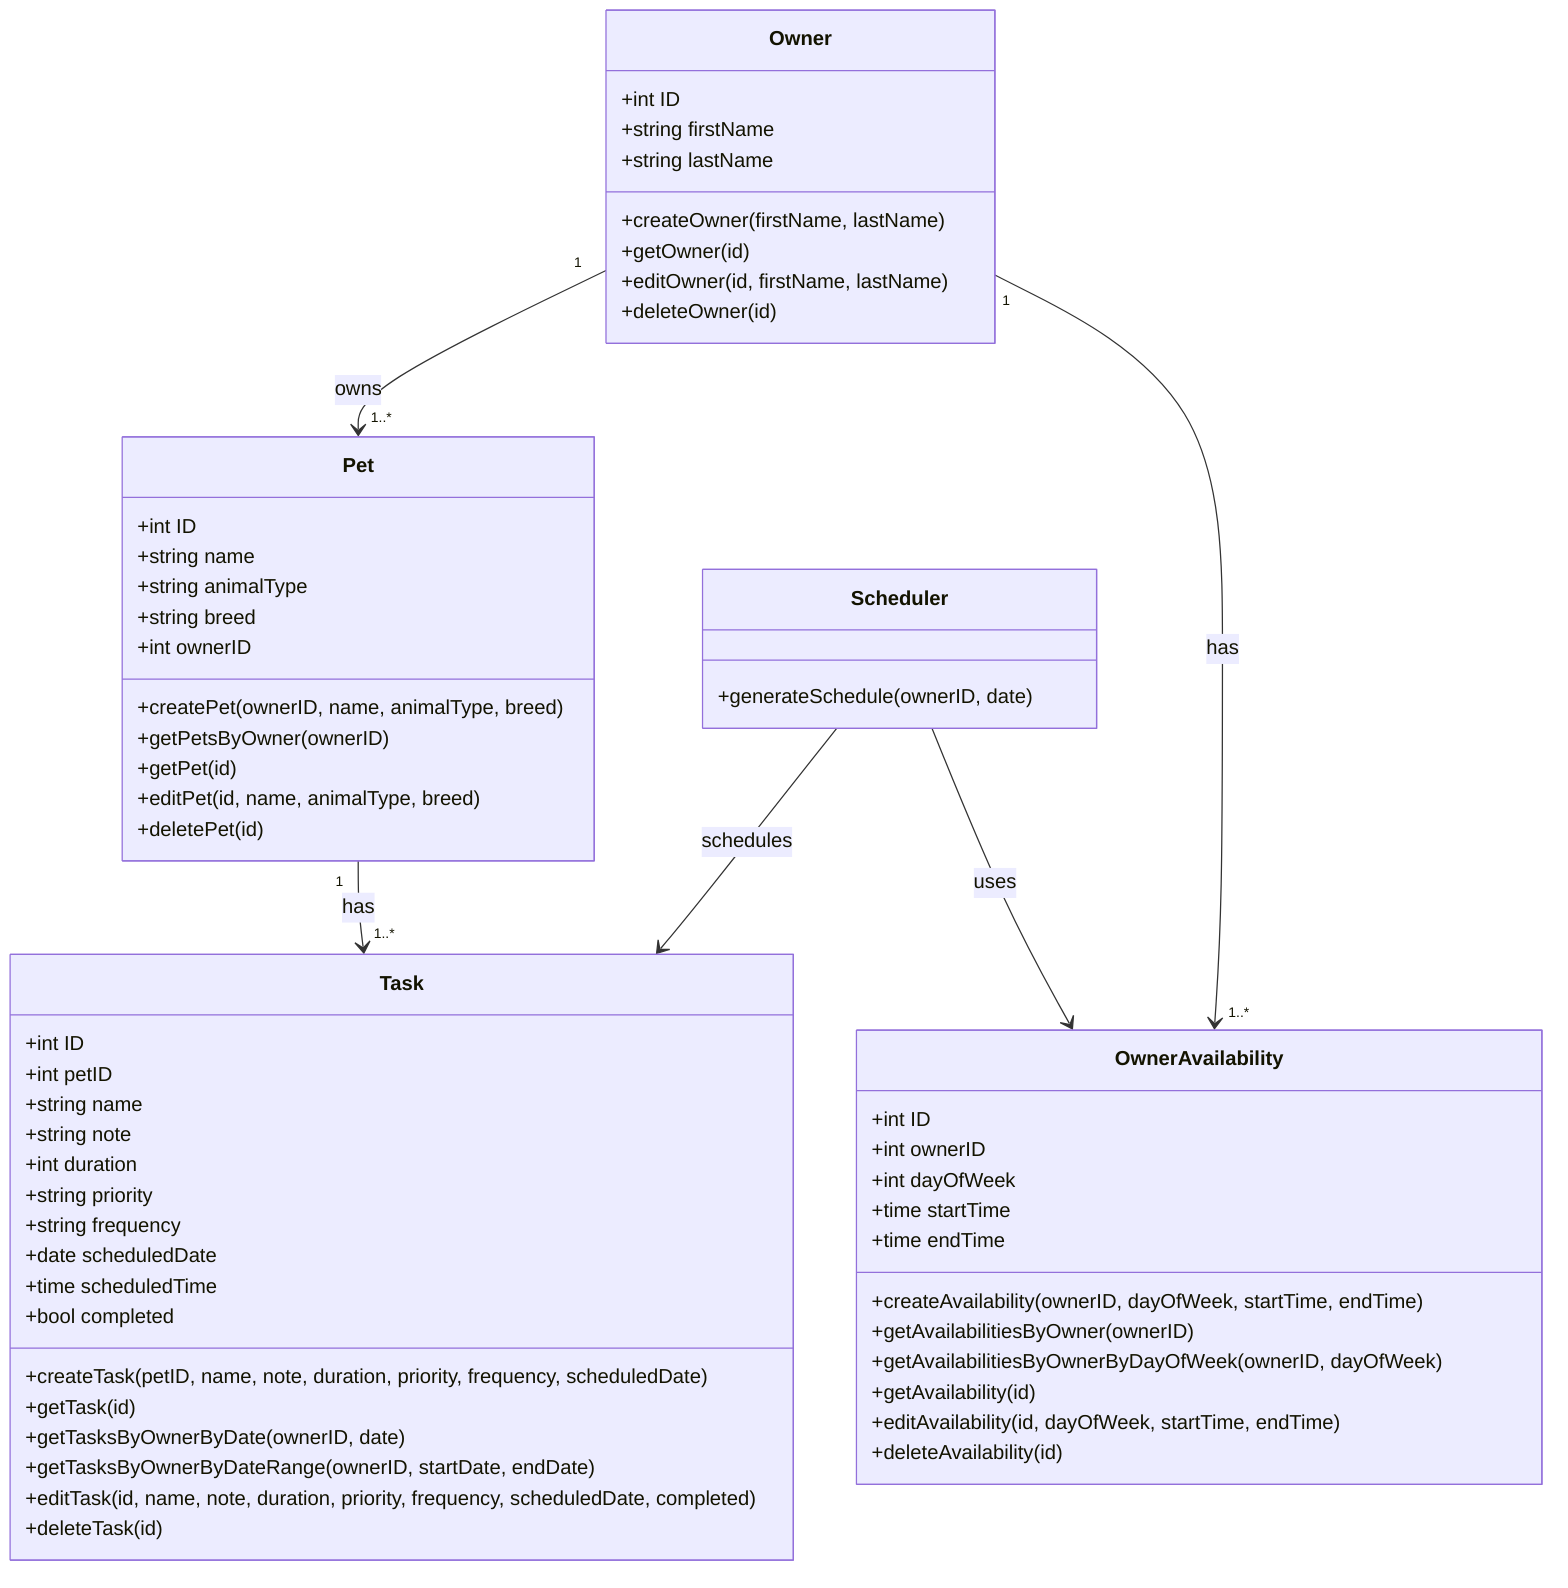
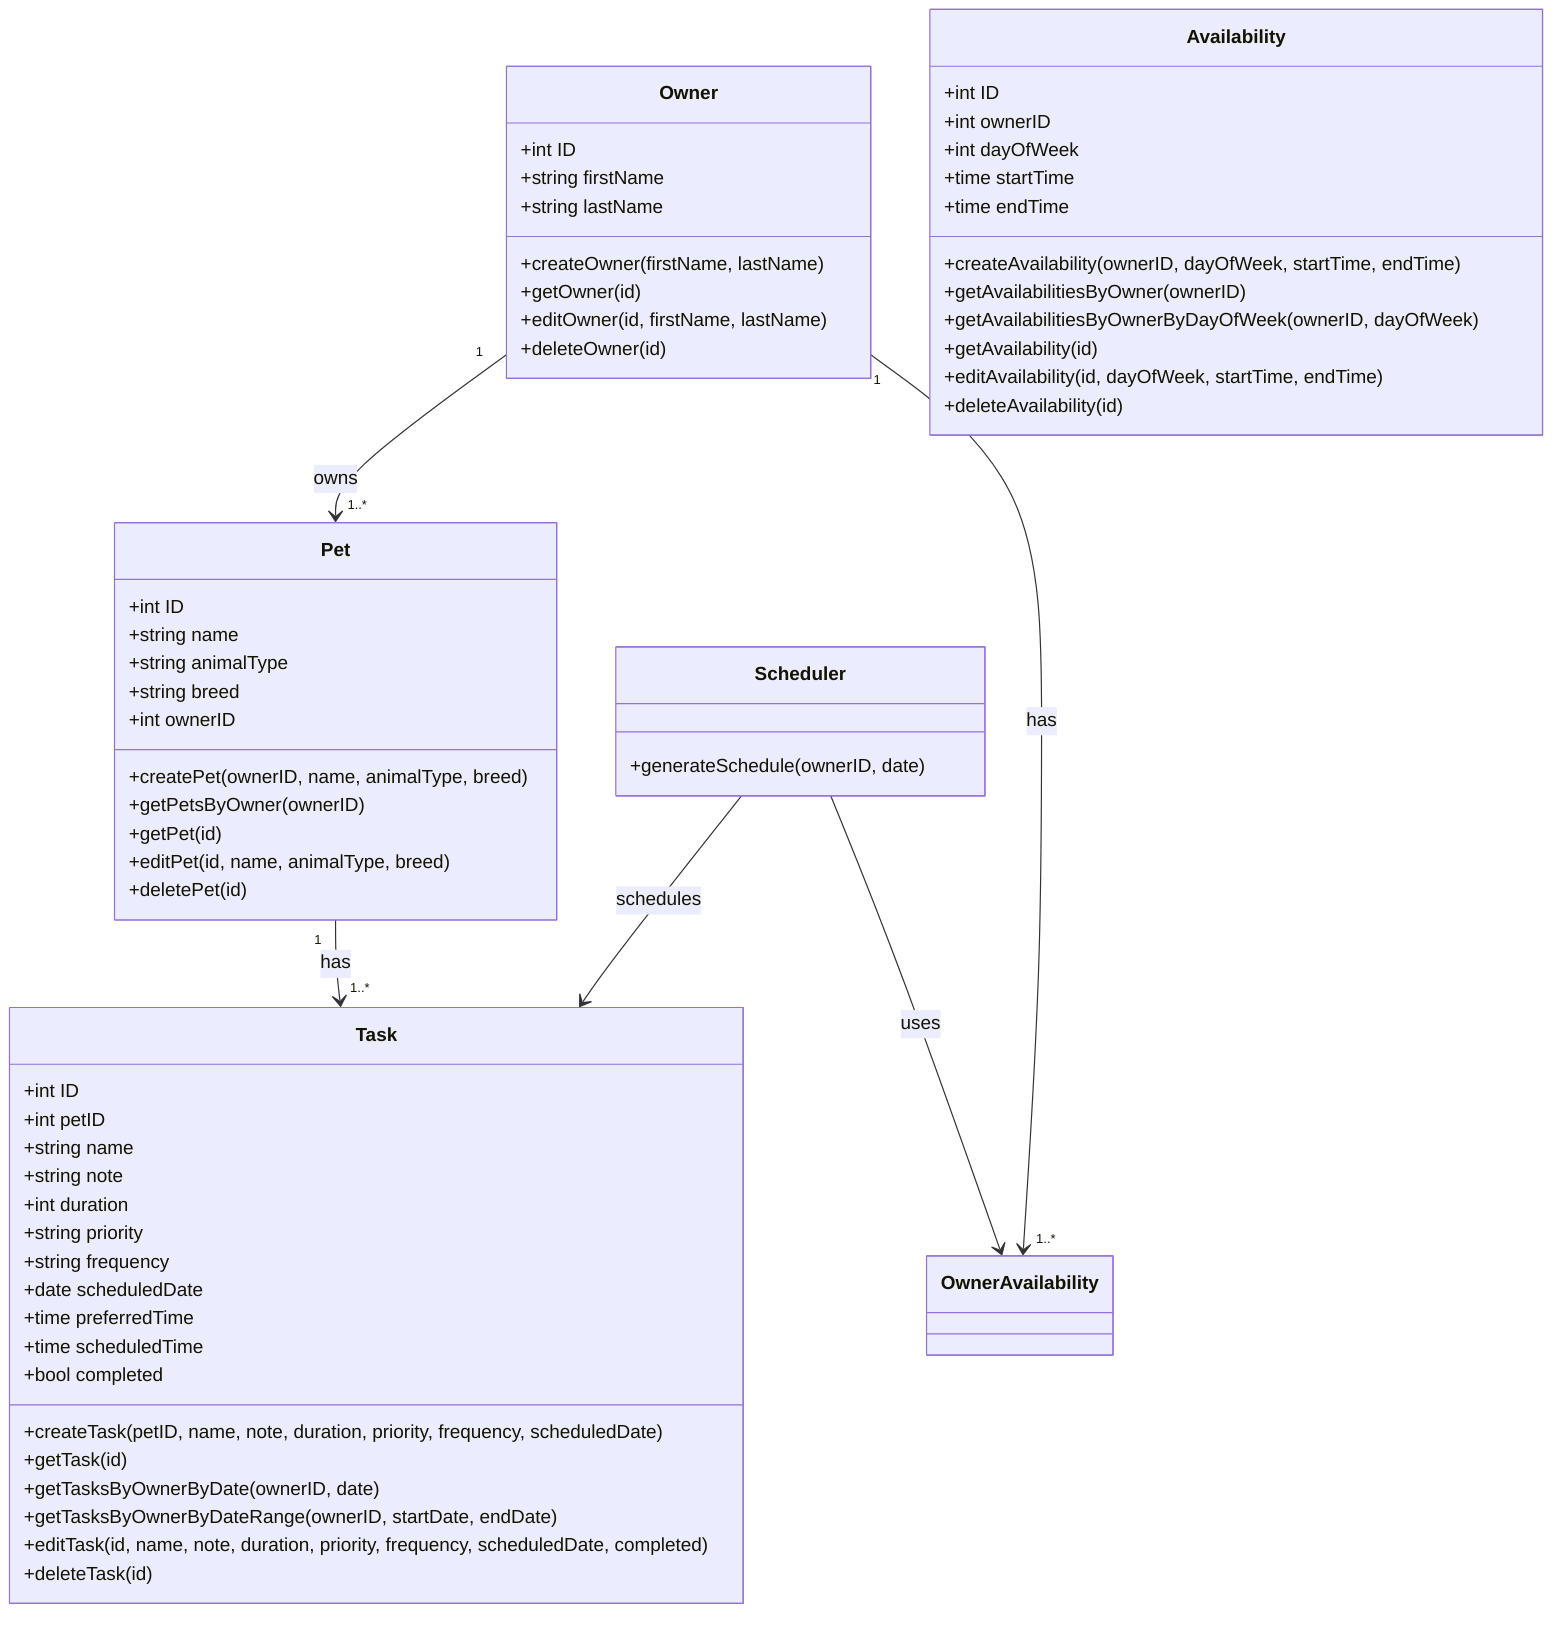
classDiagram
    class Owner {
        +int ID
        +string firstName
        +string lastName
        +createOwner(firstName, lastName)
        +getOwner(id)
        +editOwner(id, firstName, lastName)
		+deleteOwner(id)
    }

    class Pet {
        +int ID
        +string name
        +string animalType
        +string breed
        +int ownerID
        +createPet(ownerID, name, animalType, breed)
        +getPetsByOwner(ownerID)
        +getPet(id)
        +editPet(id, name, animalType, breed)
		+deletePet(id)
    }

    class Task {
        +int ID
        +int petID
        +string name
        +string note
        +int duration
        +string priority
        +string frequency
        +date scheduledDate
+ 		+time preferredTime
        +time scheduledTime
        +bool completed
        +createTask(petID, name, note, duration, priority, frequency, scheduledDate)
        +getTask(id)
        +getTasksByOwnerByDate(ownerID, date)
        +getTasksByOwnerByDateRange(ownerID, startDate, endDate)
        +editTask(id, name, note, duration, priority, frequency, scheduledDate, completed)
		+deleteTask(id)
    }

-     class OwnerAvailability {
+     class Availability {
        +int ID
        +int ownerID
        +int dayOfWeek
        +time startTime
        +time endTime
		+createAvailability(ownerID, dayOfWeek, startTime, endTime)
        +getAvailabilitiesByOwner(ownerID)
		+getAvailabilitiesByOwnerByDayOfWeek(ownerID, dayOfWeek)
		+getAvailability(id)
		+editAvailability(id, dayOfWeek, startTime, endTime)
		+deleteAvailability(id)
    }

	class Scheduler {
		+generateSchedule(ownerID, date)
	}

    Owner "1" --> "1..*" Pet : owns
    Owner "1" --> "1..*" OwnerAvailability : has
    Pet "1" --> "1..*" Task : has
	Scheduler --> Task : schedules
	Scheduler --> OwnerAvailability : uses
